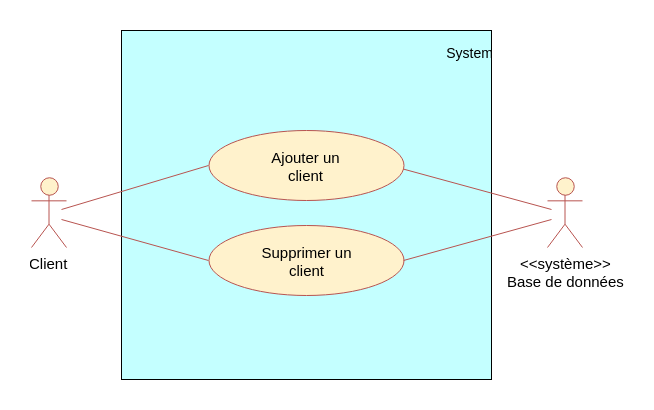
This is api/Diagrammes/Gestion_clients.png from Thibok/Bilemo, a draw.io export, as it was before one commit. Source tidied: cells renumbered, new cells last; positions are measured from the earlier drawing's top-left corner, leaving out a move shared by most shapes.
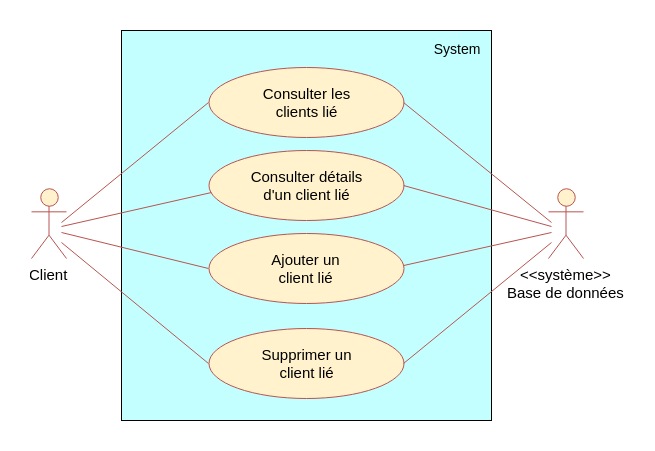
The same file after the commit.

The edit, as a diff of the source:
```diff
@@ -3,45 +3,72 @@
     <mxCell id="0" />
     <mxCell id="1" parent="0" />
     <mxCell id="2" style="rounded=0;whiteSpace=wrap;html=1;fillColor=#C4FFFF;strokeColor=#000000;" parent="1" vertex="1">
-      <mxGeometry x="90" width="370" height="349" as="geometry" />
+      <mxGeometry x="90" y="-103" width="370" height="390" as="geometry" />
     </mxCell>
     <mxCell id="3" value="&amp;lt;&amp;lt;système&amp;gt;&amp;gt;&lt;div style=&quot;font-size: 15px&quot;&gt;Base de données&lt;/div&gt;" style="shape=umlActor;verticalLabelPosition=bottom;labelBackgroundColor=#ffffff;verticalAlign=top;html=1;fillColor=#FFF2CC;strokeColor=#b85450;fontSize=15;" parent="1" vertex="1">
-      <mxGeometry x="516" y="147" width="35" height="70" as="geometry" />
+      <mxGeometry x="517" y="55" width="35" height="70" as="geometry" />
     </mxCell>
     <mxCell id="4" value="System" style="text;html=1;strokeColor=none;fillColor=none;align=center;verticalAlign=middle;whiteSpace=wrap;fontColor=#000000;fontSize=14;" parent="1" vertex="1">
-      <mxGeometry x="412" y="12" width="51" height="20" as="geometry" />
+      <mxGeometry x="400" y="-95" width="51" height="20" as="geometry" />
     </mxCell>
     <mxCell id="5" value="Client" style="shape=umlActor;verticalLabelPosition=bottom;labelBackgroundColor=#ffffff;verticalAlign=top;html=1;fillColor=#FFF2CC;strokeColor=#b85450;fontSize=15;strokeWidth=1;perimeterSpacing=3;" parent="1" vertex="1">
-      <mxGeometry y="147" width="35" height="70" as="geometry" />
+      <mxGeometry y="55" width="35" height="70" as="geometry" />
     </mxCell>
     <mxCell id="6" style="endArrow=none;html=1;fontColor=#FFFFFF;entryX=0;entryY=0.5;fillColor=#f8cecc;strokeColor=#b85450;entryDx=0;entryDy=0;" parent="1" edge="1">
       <mxGeometry relative="1" as="geometry">
-        <mxPoint x="30" y="179" as="sourcePoint" />
+        <mxPoint x="30" y="99" as="sourcePoint" />
         <mxPoint x="177" y="135" as="targetPoint" />
       </mxGeometry>
     </mxCell>
     <mxCell id="7" style="endArrow=none;html=1;fontColor=#FFFFFF;fillColor=#f8cecc;strokeColor=#b85450;" parent="1" edge="1">
       <mxGeometry relative="1" as="geometry">
         <mxPoint x="358.8" y="135" as="sourcePoint" />
-        <mxPoint x="520" y="179" as="targetPoint" />
+        <mxPoint x="520" y="99" as="targetPoint" />
       </mxGeometry>
     </mxCell>
-    <mxCell id="8" value="Supprimer un&lt;br&gt;client&lt;br&gt;" style="ellipse;whiteSpace=wrap;html=1;strokeColor=#B85450;fillColor=#fff2cc;fontColor=#000000;fontSize=15;" parent="1" vertex="1">
+    <mxCell id="8" value="Supprimer un&lt;br&gt;client lié&lt;br&gt;" style="ellipse;whiteSpace=wrap;html=1;strokeColor=#B85450;fillColor=#fff2cc;fontColor=#000000;fontSize=15;" parent="1" vertex="1">
       <mxGeometry x="177" y="195" width="195" height="70" as="geometry" />
     </mxCell>
     <mxCell id="9" style="endArrow=none;html=1;fontColor=#FFFFFF;fillColor=#f8cecc;strokeColor=#b85450;exitX=1;exitY=0.5;exitDx=0;exitDy=0;" parent="1" edge="1" source="8">
       <mxGeometry relative="1" as="geometry">
-        <mxPoint x="520" y="189" as="targetPoint" />
+        <mxPoint x="520" y="109" as="targetPoint" />
       </mxGeometry>
     </mxCell>
     <mxCell id="10" style="endArrow=none;html=1;fontColor=#FFFFFF;entryX=0;entryY=0.5;fillColor=#f8cecc;strokeColor=#b85450;entryDx=0;entryDy=0;" parent="1" edge="1">
       <mxGeometry relative="1" as="geometry">
-        <mxPoint x="30" y="189" as="sourcePoint" />
+        <mxPoint x="30" y="109" as="sourcePoint" />
         <mxPoint x="177" y="230" as="targetPoint" />
       </mxGeometry>
     </mxCell>
-    <mxCell id="11" value="Ajouter un&lt;br&gt;client&lt;br&gt;" style="ellipse;whiteSpace=wrap;html=1;strokeColor=#B85450;fillColor=#fff2cc;fontColor=#000000;fontSize=15;" parent="1" vertex="1">
+    <mxCell id="11" value="Ajouter un&lt;br&gt;client lié&lt;br&gt;" style="ellipse;whiteSpace=wrap;html=1;strokeColor=#B85450;fillColor=#fff2cc;fontColor=#000000;fontSize=15;" parent="1" vertex="1">
       <mxGeometry x="177" y="100" width="195" height="70" as="geometry" />
     </mxCell>
+    <mxCell id="12" value="Consulter détails&lt;br&gt;d'un client lié&lt;br&gt;" style="ellipse;whiteSpace=wrap;html=1;strokeColor=#B85450;fillColor=#fff2cc;fontColor=#000000;fontSize=15;" parent="1" vertex="1">
+      <mxGeometry x="177" y="17" width="195" height="70" as="geometry" />
+    </mxCell>
+    <mxCell id="13" value="Consulter les&lt;br&gt;clients lié&lt;br&gt;" style="ellipse;whiteSpace=wrap;html=1;strokeColor=#B85450;fillColor=#fff2cc;fontColor=#000000;fontSize=15;" parent="1" vertex="1">
+      <mxGeometry x="177" y="-66" width="195" height="70" as="geometry" />
+    </mxCell>
+    <mxCell id="14" style="endArrow=none;html=1;fontColor=#FFFFFF;entryX=0.015;entryY=0.6;fillColor=#f8cecc;strokeColor=#b85450;entryDx=0;entryDy=0;entryPerimeter=0;" parent="1" edge="1">
+      <mxGeometry relative="1" as="geometry">
+        <mxPoint x="30" y="93" as="sourcePoint" />
+        <mxPoint x="180" y="59" as="targetPoint" />
+      </mxGeometry>
+    </mxCell>
+    <mxCell id="15" style="endArrow=none;html=1;fontColor=#FFFFFF;entryX=0;entryY=0.5;fillColor=#f8cecc;strokeColor=#b85450;entryDx=0;entryDy=0;" parent="1" edge="1" target="13">
+      <mxGeometry relative="1" as="geometry">
+        <mxPoint x="30" y="89" as="sourcePoint" />
+      </mxGeometry>
+    </mxCell>
+    <mxCell id="16" style="endArrow=none;html=1;fontColor=#FFFFFF;fillColor=#f8cecc;strokeColor=#b85450;exitX=1;exitY=0.5;exitDx=0;exitDy=0;" parent="1" edge="1" source="12">
+      <mxGeometry relative="1" as="geometry">
+        <mxPoint x="520" y="93" as="targetPoint" />
+      </mxGeometry>
+    </mxCell>
+    <mxCell id="17" style="endArrow=none;html=1;fontColor=#FFFFFF;fillColor=#f8cecc;strokeColor=#b85450;exitX=1;exitY=0.5;exitDx=0;exitDy=0;" parent="1" edge="1" source="13">
+      <mxGeometry relative="1" as="geometry">
+        <mxPoint x="520" y="89" as="targetPoint" />
+      </mxGeometry>
+    </mxCell>
   </root>
 </mxGraphModel>
```
